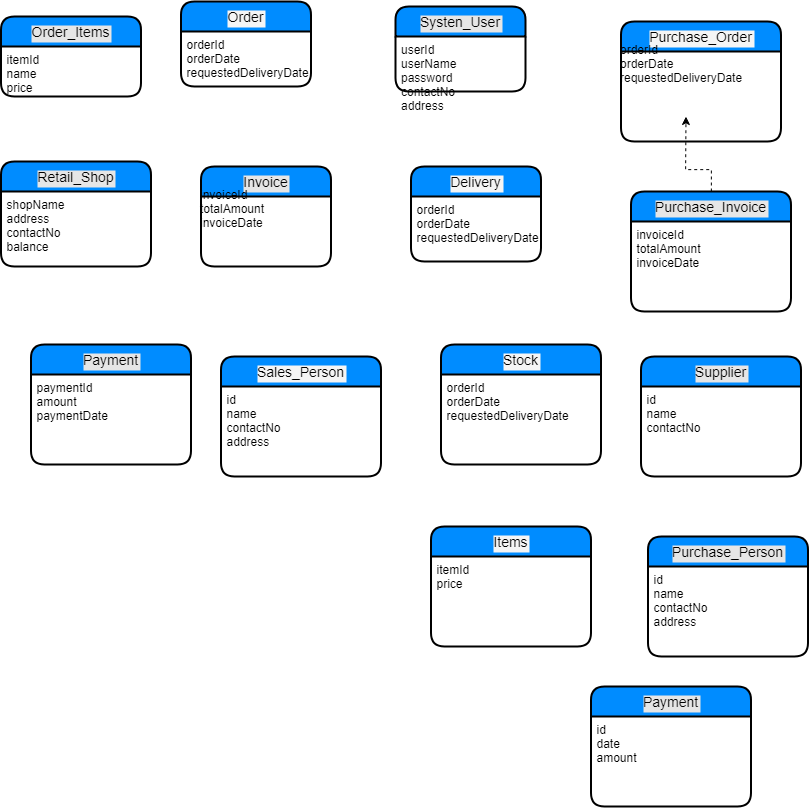
Earlier version of the draw.io export ER diagram.png (dim912/akkatb). Source tidied: cells renumbered, new cells last; positions are measured from the earlier drawing's top-left corner, leaving out a move shared by most shapes.
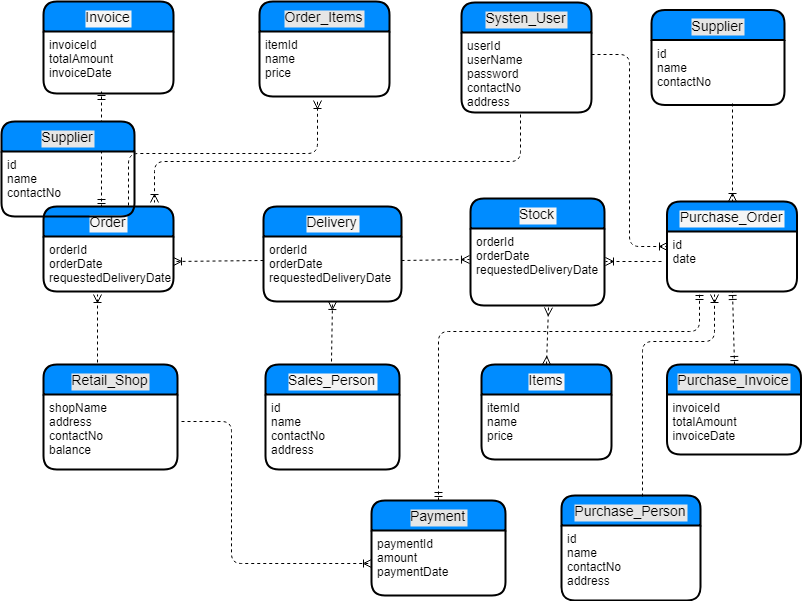
The same diagram one commit later.

Change to the diagram source:
```diff
@@ -2,100 +2,179 @@
   <root>
     <mxCell id="0" />
     <mxCell id="1" parent="0" />
-    <mxCell id="2" value="Purchase_Order" style="swimlane;horizontal=1;startSize=30;fillColor=#008cff;fontColor=#000000;rounded=1;fontSize=14;fontStyle=0;strokeWidth=2;shadow=0;dashed=0;align=center;labelBackgroundColor=#F5F5F5;" parent="1" vertex="1">
-      <mxGeometry x="620.5" y="20" width="160" height="120" as="geometry" />
-    </mxCell>
-    <mxCell id="3" style="edgeStyle=orthogonalEdgeStyle;rounded=0;html=1;dashed=1;labelBackgroundColor=#F5F5F5;jettySize=auto;fontSize=14;fontColor=#000000;" parent="1" edge="1" source="20">
-      <mxGeometry relative="1" as="geometry">
-        <mxPoint x="685.5" y="115" as="targetPoint" />
-      </mxGeometry>
-    </mxCell>
     <mxCell id="4" value="Sales_Person" style="swimlane;horizontal=1;startSize=30;fillColor=#008cff;fontColor=#000000;rounded=1;fontSize=14;fontStyle=0;strokeWidth=2;shadow=0;dashed=0;align=center;labelBackgroundColor=#F5F5F5;" parent="1" vertex="1">
-      <mxGeometry x="220.5" y="355" width="160" height="120" as="geometry" />
+      <mxGeometry x="238" y="373" width="134" height="105" as="geometry" />
     </mxCell>
     <mxCell id="5" value="id&#10;name&#10;contactNo&#10;address&#10;" style="align=left;strokeColor=none;fillColor=none;spacingLeft=4;fontSize=12;verticalAlign=top;fontColor=#000000;" parent="4" vertex="1">
-      <mxGeometry y="30" width="160" height="90" as="geometry" />
+      <mxGeometry y="30" width="134" height="75" as="geometry" />
     </mxCell>
+    <mxCell id="31" value="Order_Items" style="swimlane;horizontal=1;startSize=30;fillColor=#008cff;fontColor=#000000;rounded=1;fontSize=14;fontStyle=0;strokeWidth=2;shadow=0;dashed=0;align=center;labelBackgroundColor=#E6E6E6;" parent="1" vertex="1">
+      <mxGeometry x="232" y="10" width="130" height="95" as="geometry" />
+    </mxCell>
+    <mxCell id="32" value="itemId&#10;name&#10;price&#10;" style="align=left;strokeColor=none;fillColor=none;spacingLeft=4;fontSize=12;verticalAlign=top;" parent="31" vertex="1">
+      <mxGeometry y="30" width="130" height="65" as="geometry" />
+    </mxCell>
+    <mxCell id="13" value="Retail_Shop" style="swimlane;horizontal=1;startSize=30;fillColor=#008cff;fontColor=#000000;rounded=1;fontSize=14;fontStyle=0;strokeWidth=2;shadow=0;dashed=0;align=center;labelBackgroundColor=#E6E6E6;" parent="1" vertex="1">
+      <mxGeometry x="16" y="373" width="134" height="105" as="geometry" />
+    </mxCell>
+    <mxCell id="14" value="shopName&#10;address&#10;contactNo&#10;balance&#10;" style="align=left;strokeColor=none;fillColor=none;spacingLeft=4;fontSize=12;verticalAlign=top;" parent="13" vertex="1">
+      <mxGeometry y="30" width="134" height="75" as="geometry" />
+    </mxCell>
+    <mxCell id="33" style="edgeStyle=elbowEdgeStyle;fontSize=12;html=1;endArrow=ERoneToMany;dashed=1;labelBackgroundColor=#F5F5F5;entryX=0.446;entryY=1.062;elbow=vertical;exitX=0.654;exitY=-0.012;entryPerimeter=0;exitPerimeter=0;" parent="1" edge="1" source="6" target="32">
+      <mxGeometry relative="1" as="geometry" />
+    </mxCell>
+    <mxCell id="12" value="Invoice" style="swimlane;horizontal=1;startSize=30;fillColor=#008cff;fontColor=#000000;rounded=1;fontSize=14;fontStyle=0;strokeWidth=2;shadow=0;dashed=0;align=center;labelBackgroundColor=#F5F5F5;" parent="1" vertex="1">
+      <mxGeometry x="16" y="10" width="130" height="92" as="geometry" />
+    </mxCell>
+    <mxCell id="29" value="invoiceId&#10;totalAmount&#10;invoiceDate&#10;&#10;" style="align=left;strokeColor=none;fillColor=none;spacingLeft=4;fontSize=12;verticalAlign=top;" parent="12" vertex="1">
+      <mxGeometry y="30" width="130" height="62" as="geometry" />
+    </mxCell>
+    <mxCell id="34" style="fontSize=12;html=1;endArrow=ERmandOne;startArrow=ERmandOne;dashed=1;labelBackgroundColor=#F5F5F5;exitX=0.446;exitY=0.012;exitPerimeter=0;rounded=0;" parent="12" edge="1" source="6">
+      <mxGeometry relative="1" as="geometry">
+        <mxPoint x="58" y="90" as="targetPoint" />
+      </mxGeometry>
+    </mxCell>
     <mxCell id="6" value="Order" style="swimlane;horizontal=1;startSize=30;fillColor=#008cff;fontColor=#000000;rounded=1;fontSize=14;fontStyle=0;strokeWidth=2;shadow=0;dashed=0;align=center;labelBackgroundColor=#F5F5F5;" parent="1" vertex="1">
-      <mxGeometry x="180.5" width="130" height="85" as="geometry" />
+      <mxGeometry x="16" y="215" width="130" height="85" as="geometry" />
     </mxCell>
     <mxCell id="7" value="orderId&#10;orderDate&#10;requestedDeliveryDate&#10;" style="align=left;strokeColor=none;fillColor=none;spacingLeft=4;fontSize=12;verticalAlign=top;fontColor=#000000;" parent="6" vertex="1">
       <mxGeometry y="30" width="130" height="55" as="geometry" />
     </mxCell>
     <mxCell id="8" value="Systen_User" style="swimlane;horizontal=1;startSize=30;fillColor=#008cff;fontColor=#000000;rounded=1;fontSize=14;fontStyle=0;strokeWidth=2;shadow=0;dashed=0;align=center;labelBackgroundColor=#E6E6E6;" parent="1" vertex="1">
-      <mxGeometry x="395" y="5" width="130" height="85" as="geometry" />
+      <mxGeometry x="434" y="11" width="130" height="110" as="geometry" />
     </mxCell>
     <mxCell id="9" value="userId&#10;userName&#10;password&#10;contactNo&#10;address&#10;" style="align=left;strokeColor=none;fillColor=none;spacingLeft=4;fontSize=12;verticalAlign=top;fontColor=#000000;" parent="8" vertex="1">
-      <mxGeometry y="30" width="130" height="55" as="geometry" />
+      <mxGeometry y="30" width="130" height="80" as="geometry" />
     </mxCell>
     <mxCell id="10" value="Delivery" style="swimlane;horizontal=1;startSize=30;fillColor=#008cff;fontColor=#000000;rounded=1;fontSize=14;fontStyle=0;strokeWidth=2;shadow=0;dashed=0;align=center;labelBackgroundColor=#F5F5F5;" parent="1" vertex="1">
-      <mxGeometry x="410.5" y="165" width="130" height="95" as="geometry" />
+      <mxGeometry x="236" y="215" width="138" height="95" as="geometry" />
     </mxCell>
     <mxCell id="11" value="orderId&#10;orderDate&#10;requestedDeliveryDate&#10;" style="align=left;strokeColor=none;fillColor=none;spacingLeft=4;fontSize=12;verticalAlign=top;fontColor=#000000;" parent="10" vertex="1">
-      <mxGeometry y="30" width="130" height="65" as="geometry" />
+      <mxGeometry y="30" width="138" height="65" as="geometry" />
     </mxCell>
-    <mxCell id="12" value="Invoice" style="swimlane;horizontal=1;startSize=30;fillColor=#008cff;fontColor=#000000;rounded=1;fontSize=14;fontStyle=0;strokeWidth=2;shadow=0;dashed=0;align=center;labelBackgroundColor=#E6E6E6;" parent="1" vertex="1">
-      <mxGeometry x="200.5" y="165" width="130" height="100" as="geometry" />
-    </mxCell>
-    <mxCell id="13" value="Retail_Shop" style="swimlane;horizontal=1;startSize=30;fillColor=#008cff;fontColor=#000000;rounded=1;fontSize=14;fontStyle=0;strokeWidth=2;shadow=0;dashed=0;align=center;labelBackgroundColor=#E6E6E6;" parent="1" vertex="1">
-      <mxGeometry x="0.5" y="160" width="150" height="105" as="geometry" />
-    </mxCell>
-    <mxCell id="14" value="shopName&#10;address&#10;contactNo&#10;balance&#10;" style="align=left;strokeColor=none;fillColor=none;spacingLeft=4;fontSize=12;verticalAlign=top;" parent="13" vertex="1">
-      <mxGeometry y="30" width="150" height="75" as="geometry" />
-    </mxCell>
-    <mxCell id="15" value="Payment" style="swimlane;horizontal=1;startSize=30;fillColor=#008cff;fontColor=#000000;rounded=1;fontSize=14;fontStyle=0;strokeWidth=2;shadow=0;dashed=0;align=center;labelBackgroundColor=#E6E6E6;" parent="1" vertex="1">
-      <mxGeometry x="30.5" y="343" width="160" height="120" as="geometry" />
-    </mxCell>
-    <mxCell id="16" value="paymentId&#10;amount&#10;paymentDate&#10;" style="align=left;strokeColor=none;fillColor=none;spacingLeft=4;fontSize=12;verticalAlign=top;" parent="15" vertex="1">
-      <mxGeometry y="30" width="160" height="90" as="geometry" />
-    </mxCell>
+    <mxCell id="35" style="fontSize=12;html=1;endArrow=ERoneToMany;dashed=1;labelBackgroundColor=#F5F5F5;entryX=0.5;entryY=1;" parent="10" edge="1" target="11">
+      <mxGeometry relative="1" as="geometry">
+        <mxPoint x="68" y="155" as="sourcePoint" />
+      </mxGeometry>
+    </mxCell>
+    <mxCell id="36" style="fontSize=12;html=1;endArrow=ERoneToMany;dashed=1;labelBackgroundColor=#F5F5F5;jumpSize=3;entryX=0.415;entryY=1.055;entryPerimeter=0;" parent="1" edge="1" target="7">
+      <mxGeometry relative="1" as="geometry">
+        <mxPoint x="70" y="371" as="sourcePoint" />
+      </mxGeometry>
+    </mxCell>
+    <mxCell id="37" style="fontSize=12;html=1;endArrow=ERoneToMany;dashed=1;labelBackgroundColor=#F5F5F5;exitX=0;exitY=0.369;exitPerimeter=0;" parent="1" edge="1" source="11">
+      <mxGeometry relative="1" as="geometry">
+        <mxPoint x="146" y="270" as="targetPoint" />
+      </mxGeometry>
+    </mxCell>
+    <mxCell id="38" style="fontSize=12;html=1;endArrow=ERoneToMany;dashed=1;labelBackgroundColor=#F5F5F5;edgeStyle=elbowEdgeStyle;elbow=vertical;entryX=0.854;entryY=-0.047;entryPerimeter=0;exitX=0.454;exitY=1.025;exitPerimeter=0;" parent="1" edge="1" source="9" target="6">
+      <mxGeometry relative="1" as="geometry">
+        <Array as="points">
+          <mxPoint x="334" y="170" />
+        </Array>
+      </mxGeometry>
+    </mxCell>
     <mxCell id="17" value="Stock" style="swimlane;horizontal=1;startSize=30;fillColor=#008cff;fontColor=#000000;rounded=1;fontSize=14;fontStyle=0;strokeWidth=2;shadow=0;dashed=0;align=center;labelBackgroundColor=#F5F5F5;" parent="1" vertex="1">
-      <mxGeometry x="440.5" y="343" width="160" height="120" as="geometry" />
+      <mxGeometry x="443" y="207" width="134" height="107" as="geometry" />
     </mxCell>
     <mxCell id="18" value="orderId&#10;orderDate&#10;requestedDeliveryDate&#10;" style="align=left;strokeColor=none;fillColor=none;spacingLeft=4;fontSize=12;verticalAlign=top;fontColor=#000000;" parent="17" vertex="1">
-      <mxGeometry y="30" width="160" height="90" as="geometry" />
+      <mxGeometry y="30" width="134" height="77" as="geometry" />
     </mxCell>
+    <mxCell id="39" style="fontSize=12;html=1;endArrow=ERoneToMany;dashed=1;labelBackgroundColor=#F5F5F5;entryX=-0.007;entryY=0.403;entryPerimeter=0;" parent="1" edge="1" target="18">
+      <mxGeometry relative="1" as="geometry">
+        <mxPoint x="374" y="269" as="sourcePoint" />
+      </mxGeometry>
+    </mxCell>
+    <mxCell id="40" style="fontSize=12;html=1;endArrow=ERoneToMany;dashed=1;labelBackgroundColor=#F5F5F5;elbow=vertical;entryX=1.007;entryY=0.429;entryPerimeter=0;" parent="1" edge="1" target="18">
+      <mxGeometry relative="1" as="geometry">
+        <mxPoint x="634" y="270" as="sourcePoint" />
+      </mxGeometry>
+    </mxCell>
+    <mxCell id="25" value="Items" style="swimlane;horizontal=1;startSize=30;fillColor=#008cff;fontColor=#000000;rounded=1;fontSize=14;fontStyle=0;strokeWidth=2;shadow=0;dashed=0;align=center;labelBackgroundColor=#F5F5F5;" parent="1" vertex="1">
+      <mxGeometry x="454" y="373" width="130" height="95" as="geometry" />
+    </mxCell>
+    <mxCell id="26" value="itemId&#10;name&#10;price&#10;" style="align=left;strokeColor=none;fillColor=none;spacingLeft=4;fontSize=12;verticalAlign=top;" parent="25" vertex="1">
+      <mxGeometry y="30" width="130" height="65" as="geometry" />
+    </mxCell>
+    <mxCell id="41" style="fontSize=12;html=1;endArrow=ERoneToMany;dashed=1;labelBackgroundColor=#F5F5F5;entryX=0;entryY=0.25;edgeStyle=elbowEdgeStyle;" parent="1" edge="1" target="44">
+      <mxGeometry relative="1" as="geometry">
+        <mxPoint x="564" y="63" as="sourcePoint" />
+      </mxGeometry>
+    </mxCell>
+    <mxCell id="21" value="Supplier" style="swimlane;horizontal=1;startSize=30;fillColor=#008cff;fontColor=#000000;rounded=1;fontSize=14;fontStyle=0;strokeWidth=2;shadow=0;dashed=0;align=center;labelBackgroundColor=#E6E6E6;" parent="1" vertex="1">
+      <mxGeometry x="624" y="18.5" width="133" height="95" as="geometry" />
+    </mxCell>
+    <mxCell id="22" value="id&#10;name&#10;contactNo&#10;" style="align=left;strokeColor=none;fillColor=none;spacingLeft=4;fontSize=12;verticalAlign=top;" parent="21" vertex="1">
+      <mxGeometry y="30" width="133" height="65" as="geometry" />
+    </mxCell>
+    <mxCell id="42" value="Supplier" style="swimlane;horizontal=1;startSize=30;fillColor=#008cff;fontColor=#000000;rounded=1;fontSize=14;fontStyle=0;strokeWidth=2;shadow=0;dashed=0;align=center;labelBackgroundColor=#E6E6E6;" parent="1" vertex="1">
+      <mxGeometry x="-26" y="130" width="133" height="95" as="geometry" />
+    </mxCell>
+    <mxCell id="43" value="id&#10;name&#10;contactNo&#10;" style="align=left;strokeColor=none;fillColor=none;spacingLeft=4;fontSize=12;verticalAlign=top;" parent="42" vertex="1">
+      <mxGeometry y="30" width="133" height="65" as="geometry" />
+    </mxCell>
     <mxCell id="19" value="Purchase_Invoice" style="swimlane;horizontal=1;startSize=30;fillColor=#008cff;fontColor=#000000;rounded=1;fontSize=14;fontStyle=0;strokeWidth=2;shadow=0;dashed=0;align=center;labelBackgroundColor=#E6E6E6;" parent="1" vertex="1">
-      <mxGeometry x="630.5" y="190" width="160" height="120" as="geometry" />
+      <mxGeometry x="639.5" y="373" width="134" height="90" as="geometry" />
     </mxCell>
     <mxCell id="20" value="invoiceId&#10;totalAmount&#10;invoiceDate&#10;" style="align=left;strokeColor=none;fillColor=none;spacingLeft=4;fontSize=12;verticalAlign=top;" parent="19" vertex="1">
-      <mxGeometry y="30" width="160" height="90" as="geometry" />
+      <mxGeometry y="30" width="134" height="60" as="geometry" />
     </mxCell>
-    <mxCell id="21" value="Supplier" style="swimlane;horizontal=1;startSize=30;fillColor=#008cff;fontColor=#000000;rounded=1;fontSize=14;fontStyle=0;strokeWidth=2;shadow=0;dashed=0;align=center;labelBackgroundColor=#E6E6E6;" parent="1" vertex="1">
-      <mxGeometry x="640.5" y="355" width="160" height="120" as="geometry" />
-    </mxCell>
-    <mxCell id="22" value="id&#10;name&#10;contactNo&#10;" style="align=left;strokeColor=none;fillColor=none;spacingLeft=4;fontSize=12;verticalAlign=top;" parent="21" vertex="1">
-      <mxGeometry y="30" width="160" height="90" as="geometry" />
-    </mxCell>
+    <mxCell id="2" value="Purchase_Order" style="swimlane;horizontal=1;startSize=30;fillColor=#008cff;fontColor=#000000;rounded=1;fontSize=14;fontStyle=0;strokeWidth=2;shadow=0;dashed=0;align=center;labelBackgroundColor=#F5F5F5;" parent="1" vertex="1">
+      <mxGeometry x="639.5" y="210" width="130" height="90" as="geometry" />
+    </mxCell>
+    <mxCell id="44" value="id&#10;date&#10;&#10;" style="align=left;strokeColor=none;fillColor=none;spacingLeft=4;fontSize=12;verticalAlign=top;" parent="2" vertex="1">
+      <mxGeometry y="30" width="130" height="60" as="geometry" />
+    </mxCell>
+    <mxCell id="45" style="fontSize=12;html=1;endArrow=ERoneToMany;dashed=1;labelBackgroundColor=#F5F5F5;entryX=0.5;entryY=0;exitX=0.609;exitY=0.977;exitPerimeter=0;" parent="1" edge="1" source="22" target="2">
+      <mxGeometry relative="1" as="geometry" />
+    </mxCell>
+    <mxCell id="46" style="fontSize=12;html=1;endArrow=ERmany;startArrow=ERmany;dashed=1;labelBackgroundColor=#F5F5F5;exitX=0.5;exitY=0;" parent="1" edge="1" source="25">
+      <mxGeometry relative="1" as="geometry">
+        <mxPoint x="521" y="316" as="targetPoint" />
+      </mxGeometry>
+    </mxCell>
+    <mxCell id="27" value="Payment" style="swimlane;horizontal=1;startSize=30;fillColor=#008cff;fontColor=#000000;rounded=1;fontSize=14;fontStyle=0;strokeWidth=2;shadow=0;dashed=0;align=center;labelBackgroundColor=#E6E6E6;" parent="1" vertex="1">
+      <mxGeometry x="344" y="509" width="134" height="95" as="geometry" />
+    </mxCell>
+    <mxCell id="28" value="paymentId&#10;amount&#10;paymentDate&#10;&#10;" style="align=left;strokeColor=none;fillColor=none;spacingLeft=4;fontSize=12;verticalAlign=top;" parent="27" vertex="1">
+      <mxGeometry y="30" width="134" height="65" as="geometry" />
+    </mxCell>
+    <mxCell id="47" style="fontSize=12;html=1;endArrow=ERmandOne;startArrow=ERmandOne;dashed=1;labelBackgroundColor=#F5F5F5;entryX=0.5;entryY=1;exitX=0.5;exitY=0;" parent="1" edge="1" source="19" target="44">
+      <mxGeometry relative="1" as="geometry" />
+    </mxCell>
     <mxCell id="23" value="Purchase_Person" style="swimlane;horizontal=1;startSize=30;fillColor=#008cff;fontColor=#000000;rounded=1;fontSize=14;fontStyle=0;strokeWidth=2;shadow=0;dashed=0;align=center;labelBackgroundColor=#E6E6E6;" parent="1" vertex="1">
-      <mxGeometry x="647.5" y="535" width="160" height="120" as="geometry" />
+      <mxGeometry x="534" y="504" width="139" height="105" as="geometry" />
     </mxCell>
     <mxCell id="24" value="id&#10;name&#10;contactNo&#10;address&#10;" style="align=left;strokeColor=none;fillColor=none;spacingLeft=4;fontSize=12;verticalAlign=top;" parent="23" vertex="1">
-      <mxGeometry y="30" width="160" height="90" as="geometry" />
+      <mxGeometry y="30" width="139" height="75" as="geometry" />
     </mxCell>
-    <mxCell id="25" value="Items" style="swimlane;horizontal=1;startSize=30;fillColor=#008cff;fontColor=#000000;rounded=1;fontSize=14;fontStyle=0;strokeWidth=2;shadow=0;dashed=0;align=center;labelBackgroundColor=#F5F5F5;" parent="1" vertex="1">
-      <mxGeometry x="430.5" y="525" width="160" height="120" as="geometry" />
-    </mxCell>
-    <mxCell id="26" value="itemId&#10;price&#10;" style="align=left;strokeColor=none;fillColor=none;spacingLeft=4;fontSize=12;verticalAlign=top;" parent="25" vertex="1">
-      <mxGeometry y="30" width="160" height="90" as="geometry" />
-    </mxCell>
-    <mxCell id="27" value="Payment" style="swimlane;horizontal=1;startSize=30;fillColor=#008cff;fontColor=#000000;rounded=1;fontSize=14;fontStyle=0;strokeWidth=2;shadow=0;dashed=0;align=center;labelBackgroundColor=#E6E6E6;" parent="1" vertex="1">
-      <mxGeometry x="590.5" y="685" width="160" height="120" as="geometry" />
-    </mxCell>
-    <mxCell id="28" value="id&#10;date&#10;amount&#10;" style="align=left;strokeColor=none;fillColor=none;spacingLeft=4;fontSize=12;verticalAlign=top;" parent="27" vertex="1">
-      <mxGeometry y="30" width="160" height="90" as="geometry" />
-    </mxCell>
-    <mxCell id="29" value="invoiceId&#10;totalAmount&#10;invoiceDate&#10;" style="align=left;strokeColor=none;fillColor=none;spacingLeft=4;fontSize=12;verticalAlign=top;" parent="1" vertex="1">
-      <mxGeometry x="194" y="180" width="130" height="65" as="geometry" />
-    </mxCell>
-    <mxCell id="30" value="orderId&#10;orderDate&#10;requestedDeliveryDate&#10;" style="align=left;strokeColor=none;fillColor=none;spacingLeft=4;fontSize=12;verticalAlign=top;fontColor=#000000;" parent="1" vertex="1">
-      <mxGeometry x="614" y="35" width="130" height="65" as="geometry" />
-    </mxCell>
-    <mxCell id="31" value="Order_Items" style="swimlane;horizontal=1;startSize=30;fillColor=#008cff;fontColor=#000000;rounded=1;fontSize=14;fontStyle=0;strokeWidth=2;shadow=0;dashed=0;align=center;labelBackgroundColor=#E6E6E6;" parent="1" vertex="1">
-      <mxGeometry x="0.5" y="15" width="140" height="80" as="geometry" />
-    </mxCell>
-    <mxCell id="32" value="itemId&#10;name&#10;price&#10;" style="align=left;strokeColor=none;fillColor=none;spacingLeft=4;fontSize=12;verticalAlign=top;" parent="31" vertex="1">
-      <mxGeometry y="30" width="140" height="50" as="geometry" />
-    </mxCell>
+    <mxCell id="48" style="edgeStyle=elbowEdgeStyle;fontSize=12;html=1;endArrow=ERoneToMany;dashed=1;labelBackgroundColor=#F5F5F5;elbow=vertical;entryX=0.365;entryY=1.05;entryPerimeter=0;exitX=0.583;exitY=0.01;exitPerimeter=0;" parent="1" edge="1" source="23" target="44">
+      <mxGeometry relative="1" as="geometry">
+        <Array as="points">
+          <mxPoint x="624" y="350" />
+        </Array>
+      </mxGeometry>
+    </mxCell>
+    <mxCell id="49" style="edgeStyle=elbowEdgeStyle;rounded=0;jumpSize=3;elbow=vertical;html=1;entryX=0.5;entryY=0;dashed=1;labelBackgroundColor=#F5F5F5;jettySize=auto;orthogonalLoop=1;fontSize=14;fontColor=#000000;" parent="1" edge="1" source="23" target="23">
+      <mxGeometry relative="1" as="geometry" />
+    </mxCell>
+    <mxCell id="50" style="edgeStyle=elbowEdgeStyle;fontSize=12;html=1;endArrow=ERmandOne;startArrow=ERmandOne;dashed=1;labelBackgroundColor=#F5F5F5;elbow=vertical;entryX=0.25;entryY=1;exitX=0.5;exitY=0;" parent="1" edge="1" source="27" target="44">
+      <mxGeometry relative="1" as="geometry">
+        <Array as="points">
+          <mxPoint x="534" y="340" />
+          <mxPoint x="627.5" y="350" />
+          <mxPoint x="527.5" y="520" />
+        </Array>
+      </mxGeometry>
+    </mxCell>
+    <mxCell id="51" style="edgeStyle=orthogonalEdgeStyle;fontSize=12;html=1;endArrow=ERoneToMany;dashed=1;labelBackgroundColor=#F5F5F5;entryX=0;entryY=0.5;" parent="1" edge="1" target="28">
+      <mxGeometry relative="1" as="geometry">
+        <mxPoint x="154" y="430" as="sourcePoint" />
+        <Array as="points">
+          <mxPoint x="204" y="430" />
+          <mxPoint x="204" y="572" />
+        </Array>
+      </mxGeometry>
+    </mxCell>
   </root>
 </mxGraphModel>
```
